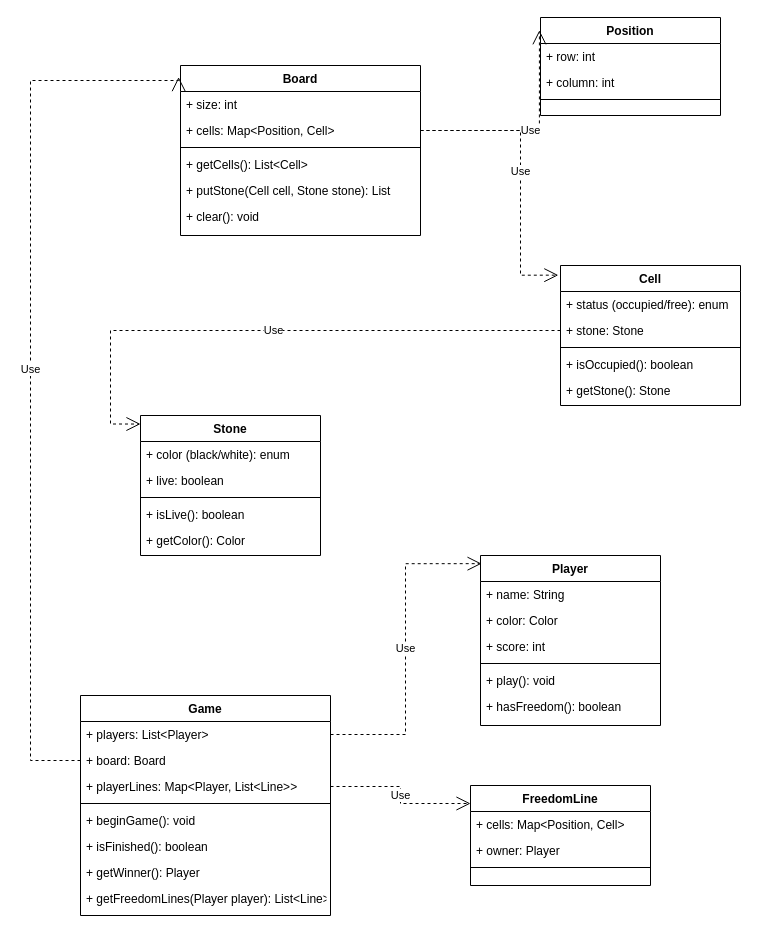
Earlier version of the draw.io diagram class_diagram.drawio (peiva-git/SDM_project). Source tidied: cells renumbered, new cells numbered last; positions are measured from the earlier drawing's top-left corner, leaving out a move shared by most shapes. Both pictures are drawn from the tidied source at 100%, with x=0, y=0 at pixel (30, 17).
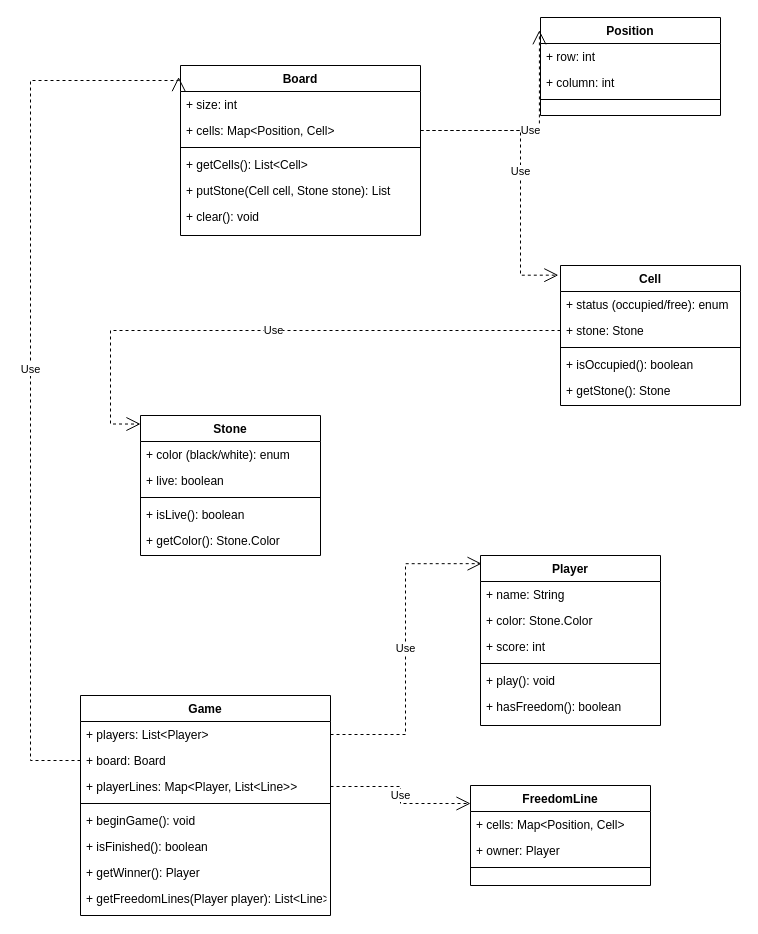
The same page after the edit.

Commit message (it also covers changes not shown here):
Moved Color enum inside Stone class

Unchanged cells that the change refers to:
```xml
<mxCell id="17" value="Stone" style="swimlane;fontStyle=1;align=center;verticalAlign=top;horizontal=1;startSize=26;rounded=0;shadow=0;strokeWidth=1;" parent="1" vertex="1">
  <mxGeometry x="110" y="398" width="180" height="140" as="geometry" />
</mxCell>
<mxCell id="23" value="Player" style="swimlane;fontStyle=1;align=center;verticalAlign=top;horizontal=1;startSize=26;rounded=0;shadow=0;strokeWidth=1;" parent="1" vertex="1">
  <mxGeometry x="450" y="538" width="180" height="170" as="geometry" />
</mxCell>
```

Change to the diagram source:
```diff
@@
-    <mxCell id="22" value="+ getColor(): Color" style="text;align=left;verticalAlign=top;spacingLeft=4;spacingRight=4;overflow=hidden;" parent="17" vertex="1">
+    <mxCell id="22" value="+ getColor(): Stone.Color" style="text;align=left;verticalAlign=top;spacingLeft=4;spacingRight=4;overflow=hidden;" parent="17" vertex="1">
       <mxGeometry y="112" width="180" height="26" as="geometry" />
     </mxCell>
@@
-    <mxCell id="25" value="+ color: Color" style="text;align=left;verticalAlign=top;spacingLeft=4;spacingRight=4;overflow=hidden;" parent="23" vertex="1">
+    <mxCell id="25" value="+ color: Stone.Color" style="text;align=left;verticalAlign=top;spacingLeft=4;spacingRight=4;overflow=hidden;" parent="23" vertex="1">
       <mxGeometry y="52" width="180" height="26" as="geometry" />
     </mxCell>
```
